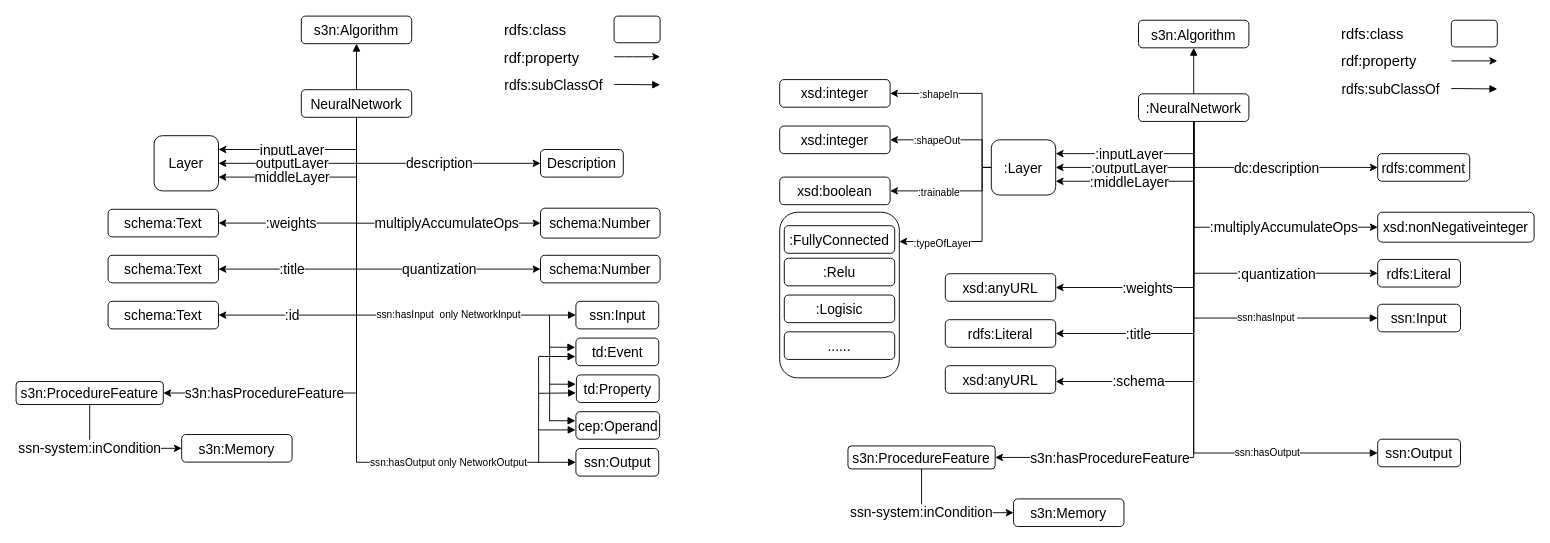
Before: Untitled Diagram 1.drawio in Haoyu-R/appendix, a draw.io diagram. Source tidied: cells renumbered, new cells numbered last; positions are measured from the earlier drawing's top-left corner, leaving out a move shared by most shapes. Both pictures are drawn from the tidied source at 92%, with x=0, y=0 at pixel (16, 16).
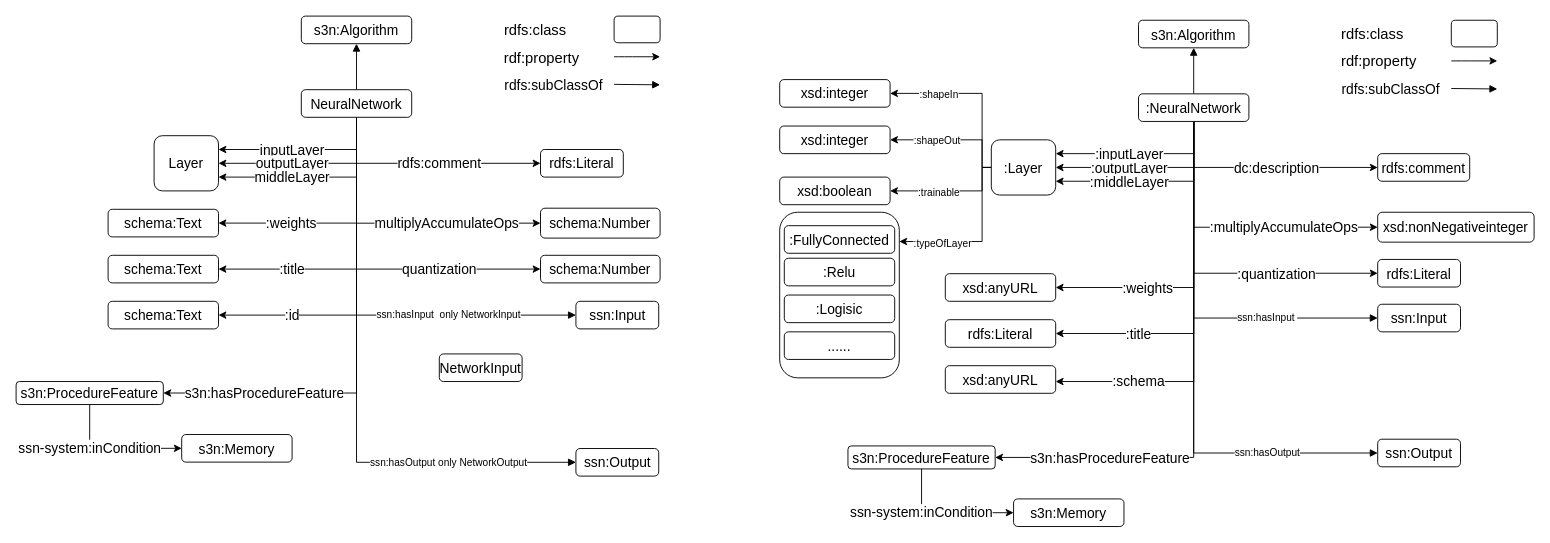
After the change.

Unchanged cells that the change refers to:
```xml
<mxCell id="16" value="NeuralNetwork" style="rounded=1;whiteSpace=wrap;html=1;fontSize=15;" parent="1" vertex="1">
  <mxGeometry x="310" y="80" width="120" height="30" as="geometry" />
</mxCell>
```

Diff of the diagram source:
```diff
@@
-    <mxCell id="9" value="description" style="edgeStyle=orthogonalEdgeStyle;rounded=0;jettySize=auto;html=1;exitX=0.5;exitY=1;exitDx=0;exitDy=0;entryX=0;entryY=0.5;entryDx=0;entryDy=0;fontSize=15;" parent="1" edge="1" source="16" target="23">
+    <mxCell id="9" value="rdfs:comment" style="edgeStyle=orthogonalEdgeStyle;rounded=0;jettySize=auto;html=1;exitX=0.5;exitY=1;exitDx=0;exitDy=0;entryX=0;entryY=0.5;entryDx=0;entryDy=0;fontSize=15;" parent="1" edge="1" source="16" target="23">
       <mxGeometry x="0.12" relative="1" as="geometry" />
     </mxCell>
@@
-    <mxCell id="23" value="Description" style="rounded=1;whiteSpace=wrap;html=1;fontSize=15;" parent="1" vertex="1">
+    <mxCell id="23" value="rdfs:Literal" style="rounded=1;whiteSpace=wrap;html=1;fontSize=15;" parent="1" vertex="1">
       <mxGeometry x="570" y="145" width="90" height="30" as="geometry" />
     </mxCell>
@@
-    <mxCell id="34" style="edgeStyle=orthogonalEdgeStyle;rounded=0;orthogonalLoop=1;jettySize=auto;html=1;exitX=0.5;exitY=1;exitDx=0;exitDy=0;" parent="1" edge="1">
-      <mxGeometry relative="1" as="geometry">
-        <mxPoint x="694" y="377.5" as="sourcePoint" />
-        <mxPoint x="694" y="377.5" as="targetPoint" />
-      </mxGeometry>
-    </mxCell>
-    <mxCell id="35" value="cep:Operand" style="rounded=1;whiteSpace=wrap;html=1;fontSize=15;" parent="1" vertex="1">
-      <mxGeometry x="608.5" y="430" width="91" height="29.9" as="geometry" />
-    </mxCell>
-    <mxCell id="36" value="td:Event" style="rounded=1;whiteSpace=wrap;html=1;fontSize=15;" parent="1" vertex="1">
-      <mxGeometry x="608.5" y="350" width="90" height="30" as="geometry" />
-    </mxCell>
-    <mxCell id="37" style="edgeStyle=orthogonalEdgeStyle;rounded=0;orthogonalLoop=1;jettySize=auto;html=1;exitX=0.5;exitY=1;exitDx=0;exitDy=0;fontSize=15;" parent="1" edge="1" source="36" target="36">
-      <mxGeometry relative="1" as="geometry" />
-    </mxCell>
-    <mxCell id="38" value="td:Property" style="rounded=1;whiteSpace=wrap;html=1;fontSize=15;" parent="1" vertex="1">
-      <mxGeometry x="609" y="390" width="90" height="30" as="geometry" />
-    </mxCell>
@@
-    <mxCell id="41" style="endArrow=block;html=1;endFill=1;entryX=-0.007;entryY=0.338;entryDx=0;entryDy=0;entryPerimeter=0;" parent="1" edge="1" target="38">
-      <mxGeometry relative="1" as="geometry">
-        <mxPoint x="580" y="400.1" as="sourcePoint" />
-      </mxGeometry>
-    </mxCell>
-    <mxCell id="42" style="endArrow=block;html=1;entryX=-0.008;entryY=0.334;entryDx=0;entryDy=0;endFill=1;entryPerimeter=0;" parent="1" edge="1" target="36">
-      <mxGeometry relative="1" as="geometry">
-        <mxPoint x="580" y="359.9" as="sourcePoint" />
-      </mxGeometry>
-    </mxCell>
-    <mxCell id="43" style="endArrow=block;html=1;endFill=1;entryX=-0.006;entryY=0.33;entryDx=0;entryDy=0;entryPerimeter=0;" parent="1" edge="1" target="35">
-      <mxGeometry relative="1" as="geometry">
-        <mxPoint x="579.5" y="439.8" as="sourcePoint" />
-      </mxGeometry>
-    </mxCell>
-    <mxCell id="44" style="endArrow=none;html=1;" parent="1" edge="1">
-      <mxGeometry relative="1" as="geometry">
-        <mxPoint x="579.9" y="440.1" as="sourcePoint" />
-        <mxPoint x="579.9" y="360.1" as="targetPoint" />
-        <Array as="points">
-          <mxPoint x="580" y="400" />
-        </Array>
-      </mxGeometry>
-    </mxCell>
-    <mxCell id="45" style="endArrow=none;html=1;" parent="1" edge="1">
-      <mxGeometry relative="1" as="geometry">
-        <mxPoint x="579.9" y="360" as="sourcePoint" />
-        <mxPoint x="579.8" y="325" as="targetPoint" />
-      </mxGeometry>
-    </mxCell>
-    <mxCell id="46" style="endArrow=none;html=1;" parent="1" edge="1">
-      <mxGeometry relative="1" as="geometry">
-        <mxPoint x="568" y="484.8" as="sourcePoint" />
-        <mxPoint x="568" y="450" as="targetPoint" />
-      </mxGeometry>
-    </mxCell>
-    <mxCell id="47" style="endArrow=block;html=1;endFill=1;entryX=-0.005;entryY=0.653;entryDx=0;entryDy=0;entryPerimeter=0;" parent="1" edge="1" target="38">
-      <mxGeometry relative="1" as="geometry">
-        <mxPoint x="568" y="410" as="sourcePoint" />
-      </mxGeometry>
-    </mxCell>
-    <mxCell id="48" style="endArrow=block;html=1;entryX=-0.006;entryY=0.67;entryDx=0;entryDy=0;endFill=1;entryPerimeter=0;" parent="1" edge="1" target="36">
-      <mxGeometry relative="1" as="geometry">
-        <mxPoint x="568" y="369.9" as="sourcePoint" />
-      </mxGeometry>
-    </mxCell>
-    <mxCell id="49" style="endArrow=block;html=1;entryX=-0.004;entryY=0.661;entryDx=0;entryDy=0;endFill=1;entryPerimeter=0;" parent="1" edge="1" target="35">
-      <mxGeometry relative="1" as="geometry">
-        <mxPoint x="567.5" y="449.8" as="sourcePoint" />
-      </mxGeometry>
-    </mxCell>
-    <mxCell id="50" style="endArrow=none;html=1;" parent="1" edge="1">
-      <mxGeometry relative="1" as="geometry">
-        <mxPoint x="567.9" y="450.1" as="sourcePoint" />
-        <mxPoint x="567.9" y="370.1" as="targetPoint" />
-        <Array as="points">
-          <mxPoint x="568" y="410" />
-        </Array>
-      </mxGeometry>
-    </mxCell>
@@
+    <mxCell id="103" value="NetworkInput" style="rounded=1;whiteSpace=wrap;html=1;fontSize=15;" parent="1" vertex="1">
+      <mxGeometry x="460" y="367.2" width="90" height="30" as="geometry" />
+    </mxCell>
```
